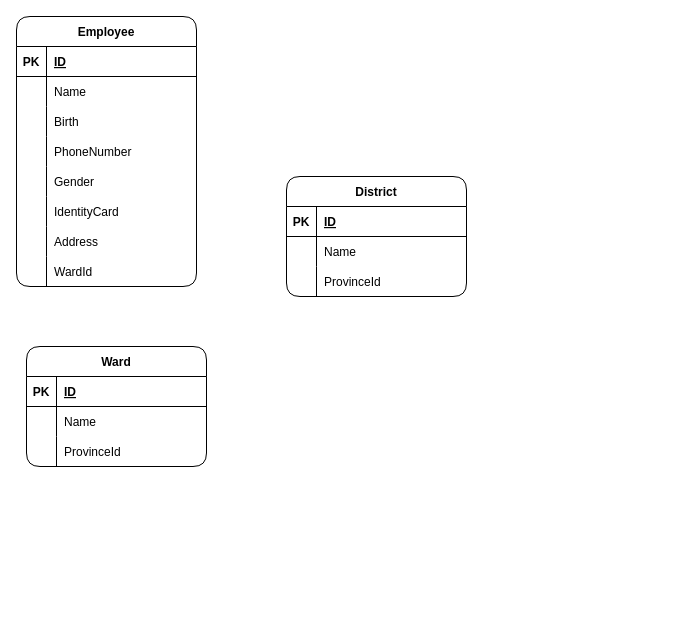
Earlier version of the draw.io diagram page "Trang-2" (2 of 2) of DbQuanLyNhanSu.drawio (thongnguyen28101994/dbquanlynhansu). Source tidied: cells renumbered, new cells numbered last; positions are measured from the earlier drawing's top-left corner, leaving out a move shared by most shapes. Both pictures are drawn from the tidied source at 100%, with x=0, y=0 at pixel (16, 16).
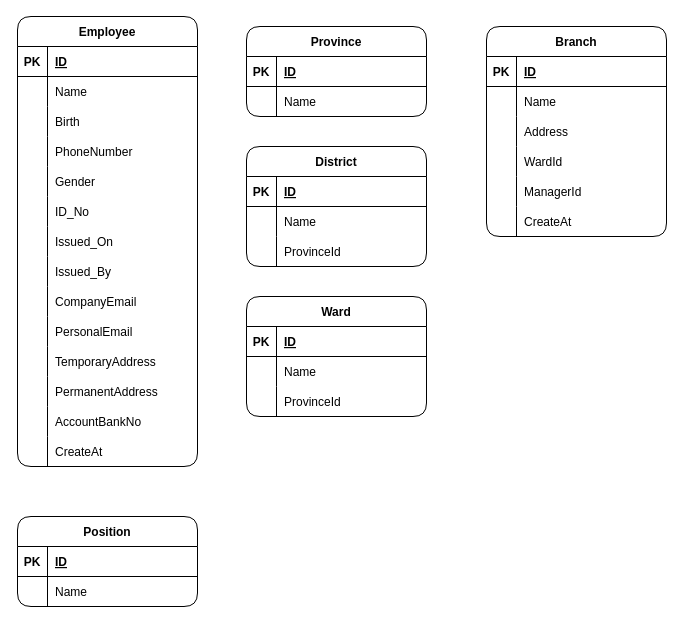
The same page after the edit.

Commit message (it also covers changes not shown here):
Cập nhật DbQuanLyNhanSu.drawio

The change refers to these unchanged cells:
```xml
<mxCell id="18" style="shape=tableRow;horizontal=0;startSize=0;swimlaneHead=0;swimlaneBody=0;fillColor=none;top=0;left=0;right=0;bottom=0;" parent="2" vertex="1">
  <mxGeometry y="180" width="180" height="30" as="geometry" />
</mxCell>
```

The edit, as a diff of the source:
```diff
@@
     <mxCell id="2" value="Employee" style="shape=table;startSize=30;childLayout=tableLayout;rowLines=0;fontStyle=1;align=center;rounded=1;" parent="1" vertex="1">
-      <mxGeometry width="180" height="270" as="geometry" />
+      <mxGeometry x="1" width="180" height="450" as="geometry" />
     </mxCell>
@@
-    <mxCell id="20" value="IdentityCard" style="shape=partialRectangle;fillColor=none;top=0;left=0;bottom=0;right=0;align=left;spacingLeft=6;overflow=hidden;" parent="18" vertex="1">
+    <mxCell id="20" value="ID_No" style="shape=partialRectangle;fillColor=none;top=0;left=0;bottom=0;right=0;align=left;spacingLeft=6;overflow=hidden;" parent="18" vertex="1">
       <mxGeometry x="30" width="150" height="30" as="geometry" />
     </mxCell>
+    <mxCell id="47" style="shape=tableRow;horizontal=0;startSize=0;swimlaneHead=0;swimlaneBody=0;fillColor=none;top=0;left=0;right=0;bottom=0;rounded=1;sketch=0;" parent="2" vertex="1">
+      <mxGeometry y="210" width="180" height="30" as="geometry" />
+    </mxCell>
+    <mxCell id="48" style="shape=partialRectangle;fillColor=none;top=0;left=0;bottom=0;right=0;overflow=hidden;rounded=1;sketch=0;" parent="47" vertex="1">
+      <mxGeometry width="30" height="30" as="geometry" />
+    </mxCell>
+    <mxCell id="49" value="Issued_On" style="shape=partialRectangle;fillColor=none;top=0;left=0;bottom=0;right=0;align=left;spacingLeft=6;overflow=hidden;rounded=1;sketch=0;" parent="47" vertex="1">
+      <mxGeometry x="30" width="150" height="30" as="geometry" />
+    </mxCell>
+    <mxCell id="24" style="shape=tableRow;horizontal=0;startSize=0;swimlaneHead=0;swimlaneBody=0;fillColor=none;top=0;left=0;right=0;bottom=0;rounded=1;sketch=0;" parent="2" vertex="1">
+      <mxGeometry y="240" width="180" height="30" as="geometry" />
+    </mxCell>
+    <mxCell id="50" style="shape=partialRectangle;fillColor=none;top=0;left=0;bottom=0;right=0;overflow=hidden;rounded=1;sketch=0;" parent="24" vertex="1">
+      <mxGeometry width="30" height="30" as="geometry" />
+    </mxCell>
+    <mxCell id="51" value="Issued_By" style="shape=partialRectangle;fillColor=none;top=0;left=0;bottom=0;right=0;align=left;spacingLeft=6;overflow=hidden;rounded=1;sketch=0;" parent="24" vertex="1">
+      <mxGeometry x="30" width="150" height="30" as="geometry" />
+    </mxCell>
+    <mxCell id="52" style="shape=tableRow;horizontal=0;startSize=0;swimlaneHead=0;swimlaneBody=0;fillColor=none;top=0;left=0;right=0;bottom=0;rounded=1;sketch=0;" parent="2" vertex="1">
+      <mxGeometry y="270" width="180" height="30" as="geometry" />
+    </mxCell>
+    <mxCell id="53" style="shape=partialRectangle;fillColor=none;top=0;left=0;bottom=0;right=0;overflow=hidden;rounded=1;sketch=0;" parent="52" vertex="1">
+      <mxGeometry width="30" height="30" as="geometry" />
+    </mxCell>
+    <mxCell id="54" value="CompanyEmail" style="shape=partialRectangle;fillColor=none;top=0;left=0;bottom=0;right=0;align=left;spacingLeft=6;overflow=hidden;rounded=1;sketch=0;" parent="52" vertex="1">
+      <mxGeometry x="30" width="150" height="30" as="geometry" />
+    </mxCell>
+    <mxCell id="55" style="shape=tableRow;horizontal=0;startSize=0;swimlaneHead=0;swimlaneBody=0;fillColor=none;top=0;left=0;right=0;bottom=0;rounded=1;sketch=0;" parent="2" vertex="1">
+      <mxGeometry y="300" width="180" height="30" as="geometry" />
+    </mxCell>
+    <mxCell id="56" style="shape=partialRectangle;fillColor=none;top=0;left=0;bottom=0;right=0;overflow=hidden;rounded=1;sketch=0;" parent="55" vertex="1">
+      <mxGeometry width="30" height="30" as="geometry" />
+    </mxCell>
+    <mxCell id="57" value="PersonalEmail" style="shape=partialRectangle;fillColor=none;top=0;left=0;bottom=0;right=0;align=left;spacingLeft=6;overflow=hidden;rounded=1;sketch=0;" parent="55" vertex="1">
+      <mxGeometry x="30" width="150" height="30" as="geometry" />
+    </mxCell>
     <mxCell id="21" style="shape=tableRow;horizontal=0;startSize=0;swimlaneHead=0;swimlaneBody=0;fillColor=none;top=0;left=0;right=0;bottom=0;rounded=1;sketch=0;" parent="2" vertex="1">
-      <mxGeometry y="210" width="180" height="30" as="geometry" />
+      <mxGeometry y="330" width="180" height="30" as="geometry" />
     </mxCell>
@@
-    <mxCell id="23" value="Address" style="shape=partialRectangle;fillColor=none;top=0;left=0;bottom=0;right=0;align=left;spacingLeft=6;overflow=hidden;rounded=1;sketch=0;" parent="21" vertex="1">
+    <mxCell id="23" value="TemporaryAddress" style="shape=partialRectangle;fillColor=none;top=0;left=0;bottom=0;right=0;align=left;spacingLeft=6;overflow=hidden;rounded=1;sketch=0;" parent="21" vertex="1">
       <mxGeometry x="30" width="150" height="30" as="geometry" />
     </mxCell>
-    <mxCell id="24" style="shape=tableRow;horizontal=0;startSize=0;swimlaneHead=0;swimlaneBody=0;fillColor=none;top=0;left=0;right=0;bottom=0;rounded=1;sketch=0;" parent="2" vertex="1">
-      <mxGeometry y="240" width="180" height="30" as="geometry" />
-    </mxCell>
-    <mxCell id="25" style="shape=partialRectangle;fillColor=none;top=0;left=0;bottom=0;right=0;overflow=hidden;rounded=1;sketch=0;" parent="24" vertex="1">
-      <mxGeometry width="30" height="30" as="geometry" />
-    </mxCell>
-    <mxCell id="26" value="WardId" style="shape=partialRectangle;fillColor=none;top=0;left=0;bottom=0;right=0;align=left;spacingLeft=6;overflow=hidden;rounded=1;sketch=0;" parent="24" vertex="1">
-      <mxGeometry x="30" width="150" height="30" as="geometry" />
-    </mxCell>
+    <mxCell id="58" style="shape=tableRow;horizontal=0;startSize=0;swimlaneHead=0;swimlaneBody=0;fillColor=none;top=0;left=0;right=0;bottom=0;rounded=1;sketch=0;" parent="2" vertex="1">
+      <mxGeometry y="360" width="180" height="30" as="geometry" />
+    </mxCell>
+    <mxCell id="59" style="shape=partialRectangle;fillColor=none;top=0;left=0;bottom=0;right=0;overflow=hidden;rounded=1;sketch=0;" parent="58" vertex="1">
+      <mxGeometry width="30" height="30" as="geometry" />
+    </mxCell>
+    <mxCell id="60" value="PermanentAddress" style="shape=partialRectangle;fillColor=none;top=0;left=0;bottom=0;right=0;align=left;spacingLeft=6;overflow=hidden;rounded=1;sketch=0;" parent="58" vertex="1">
+      <mxGeometry x="30" width="150" height="30" as="geometry" />
+    </mxCell>
+    <mxCell id="61" style="shape=tableRow;horizontal=0;startSize=0;swimlaneHead=0;swimlaneBody=0;fillColor=none;top=0;left=0;right=0;bottom=0;rounded=1;sketch=0;" parent="2" vertex="1">
+      <mxGeometry y="390" width="180" height="30" as="geometry" />
+    </mxCell>
+    <mxCell id="62" style="shape=partialRectangle;fillColor=none;top=0;left=0;bottom=0;right=0;overflow=hidden;rounded=1;sketch=0;" parent="61" vertex="1">
+      <mxGeometry width="30" height="30" as="geometry" />
+    </mxCell>
+    <mxCell id="63" value="AccountBankNo" style="shape=partialRectangle;fillColor=none;top=0;left=0;bottom=0;right=0;align=left;spacingLeft=6;overflow=hidden;rounded=1;sketch=0;" parent="61" vertex="1">
+      <mxGeometry x="30" width="150" height="30" as="geometry" />
+    </mxCell>
+    <mxCell id="64" style="shape=tableRow;horizontal=0;startSize=0;swimlaneHead=0;swimlaneBody=0;fillColor=none;top=0;left=0;right=0;bottom=0;rounded=1;sketch=0;" parent="2" vertex="1">
+      <mxGeometry y="420" width="180" height="30" as="geometry" />
+    </mxCell>
+    <mxCell id="65" style="shape=partialRectangle;fillColor=none;top=0;left=0;bottom=0;right=0;overflow=hidden;rounded=1;sketch=0;" parent="64" vertex="1">
+      <mxGeometry width="30" height="30" as="geometry" />
+    </mxCell>
+    <mxCell id="66" value="CreateAt" style="shape=partialRectangle;fillColor=none;top=0;left=0;bottom=0;right=0;align=left;spacingLeft=6;overflow=hidden;rounded=1;sketch=0;" parent="64" vertex="1">
+      <mxGeometry x="30" width="150" height="30" as="geometry" />
+    </mxCell>
     <mxCell id="27" value="District" style="shape=table;startSize=30;childLayout=tableLayout;rowLines=0;fontStyle=1;align=center;rounded=1;sketch=0;" parent="1" vertex="1">
-      <mxGeometry x="270" y="160" width="180" height="120" as="geometry" />
+      <mxGeometry x="230" y="130" width="180" height="120" as="geometry" />
     </mxCell>
@@
     <mxCell id="37" value="Ward" style="shape=table;startSize=30;childLayout=tableLayout;rowLines=0;fontStyle=1;align=center;rounded=1;sketch=0;" parent="1" vertex="1">
-      <mxGeometry x="10" y="330" width="180" height="120" as="geometry" />
+      <mxGeometry x="230" y="280" width="180" height="120" as="geometry" />
     </mxCell>
@@
+    <mxCell id="67" value="Province" style="shape=table;startSize=30;childLayout=tableLayout;rowLines=0;fontStyle=1;align=center;rounded=1;sketch=0;" parent="1" vertex="1">
+      <mxGeometry x="230" y="10" width="180" height="90" as="geometry" />
+    </mxCell>
+    <mxCell id="68" style="shape=tableRow;horizontal=0;startSize=0;swimlaneHead=0;swimlaneBody=0;fillColor=none;top=0;left=0;right=0;bottom=1;rounded=1;sketch=0;" parent="67" vertex="1">
+      <mxGeometry y="30" width="180" height="30" as="geometry" />
+    </mxCell>
+    <mxCell id="69" value="PK" style="shape=partialRectangle;fillColor=none;top=0;left=0;bottom=0;right=0;fontStyle=1;overflow=hidden;rounded=1;sketch=0;" parent="68" vertex="1">
+      <mxGeometry width="30" height="30" as="geometry" />
+    </mxCell>
+    <mxCell id="70" value="ID" style="shape=partialRectangle;fillColor=none;top=0;left=0;bottom=0;right=0;align=left;spacingLeft=6;fontStyle=5;overflow=hidden;rounded=1;sketch=0;" parent="68" vertex="1">
+      <mxGeometry x="30" width="150" height="30" as="geometry" />
+    </mxCell>
+    <mxCell id="71" style="shape=tableRow;horizontal=0;startSize=0;swimlaneHead=0;swimlaneBody=0;fillColor=none;top=0;left=0;right=0;bottom=0;rounded=1;sketch=0;" parent="67" vertex="1">
+      <mxGeometry y="60" width="180" height="30" as="geometry" />
+    </mxCell>
+    <mxCell id="72" style="shape=partialRectangle;fillColor=none;top=0;left=0;bottom=0;right=0;overflow=hidden;rounded=1;sketch=0;" parent="71" vertex="1">
+      <mxGeometry width="30" height="30" as="geometry" />
+    </mxCell>
+    <mxCell id="73" value="Name" style="shape=partialRectangle;fillColor=none;top=0;left=0;bottom=0;right=0;align=left;spacingLeft=6;overflow=hidden;rounded=1;sketch=0;" parent="71" vertex="1">
+      <mxGeometry x="30" width="150" height="30" as="geometry" />
+    </mxCell>
+    <mxCell id="74" value="Branch" style="shape=table;startSize=30;childLayout=tableLayout;rowLines=0;fontStyle=1;align=center;rounded=1;sketch=0;" parent="1" vertex="1">
+      <mxGeometry x="470" y="10" width="180" height="210" as="geometry" />
+    </mxCell>
+    <mxCell id="75" style="shape=tableRow;horizontal=0;startSize=0;swimlaneHead=0;swimlaneBody=0;fillColor=none;top=0;left=0;right=0;bottom=1;rounded=1;sketch=0;" parent="74" vertex="1">
+      <mxGeometry y="30" width="180" height="30" as="geometry" />
+    </mxCell>
+    <mxCell id="76" value="PK" style="shape=partialRectangle;fillColor=none;top=0;left=0;bottom=0;right=0;fontStyle=1;overflow=hidden;rounded=1;sketch=0;" parent="75" vertex="1">
+      <mxGeometry width="30" height="30" as="geometry" />
+    </mxCell>
+    <mxCell id="77" value="ID" style="shape=partialRectangle;fillColor=none;top=0;left=0;bottom=0;right=0;align=left;spacingLeft=6;fontStyle=5;overflow=hidden;rounded=1;sketch=0;" parent="75" vertex="1">
+      <mxGeometry x="30" width="150" height="30" as="geometry" />
+    </mxCell>
+    <mxCell id="78" style="shape=tableRow;horizontal=0;startSize=0;swimlaneHead=0;swimlaneBody=0;fillColor=none;top=0;left=0;right=0;bottom=0;rounded=1;sketch=0;" parent="74" vertex="1">
+      <mxGeometry y="60" width="180" height="30" as="geometry" />
+    </mxCell>
+    <mxCell id="79" style="shape=partialRectangle;fillColor=none;top=0;left=0;bottom=0;right=0;overflow=hidden;rounded=1;sketch=0;" parent="78" vertex="1">
+      <mxGeometry width="30" height="30" as="geometry" />
+    </mxCell>
+    <mxCell id="80" value="Name" style="shape=partialRectangle;fillColor=none;top=0;left=0;bottom=0;right=0;align=left;spacingLeft=6;overflow=hidden;rounded=1;sketch=0;" parent="78" vertex="1">
+      <mxGeometry x="30" width="150" height="30" as="geometry" />
+    </mxCell>
+    <mxCell id="81" style="shape=tableRow;horizontal=0;startSize=0;swimlaneHead=0;swimlaneBody=0;fillColor=none;top=0;left=0;right=0;bottom=0;rounded=1;sketch=0;" parent="74" vertex="1">
+      <mxGeometry y="90" width="180" height="30" as="geometry" />
+    </mxCell>
+    <mxCell id="82" style="shape=partialRectangle;fillColor=none;top=0;left=0;bottom=0;right=0;overflow=hidden;rounded=1;sketch=0;" parent="81" vertex="1">
+      <mxGeometry width="30" height="30" as="geometry" />
+    </mxCell>
+    <mxCell id="83" value="Address" style="shape=partialRectangle;fillColor=none;top=0;left=0;bottom=0;right=0;align=left;spacingLeft=6;overflow=hidden;rounded=1;sketch=0;" parent="81" vertex="1">
+      <mxGeometry x="30" width="150" height="30" as="geometry" />
+    </mxCell>
+    <mxCell id="84" style="shape=tableRow;horizontal=0;startSize=0;swimlaneHead=0;swimlaneBody=0;fillColor=none;top=0;left=0;right=0;bottom=0;rounded=1;sketch=0;" parent="74" vertex="1">
+      <mxGeometry y="120" width="180" height="30" as="geometry" />
+    </mxCell>
+    <mxCell id="85" style="shape=partialRectangle;fillColor=none;top=0;left=0;bottom=0;right=0;overflow=hidden;rounded=1;sketch=0;" parent="84" vertex="1">
+      <mxGeometry width="30" height="30" as="geometry" />
+    </mxCell>
+    <mxCell id="26" value="WardId" style="shape=partialRectangle;fillColor=none;top=0;left=0;bottom=0;right=0;align=left;spacingLeft=6;overflow=hidden;rounded=1;sketch=0;" parent="84" vertex="1">
+      <mxGeometry x="30" width="150" height="30" as="geometry" />
+    </mxCell>
+    <mxCell id="86" style="shape=tableRow;horizontal=0;startSize=0;swimlaneHead=0;swimlaneBody=0;fillColor=none;top=0;left=0;right=0;bottom=0;rounded=1;sketch=0;" parent="74" vertex="1">
+      <mxGeometry y="150" width="180" height="30" as="geometry" />
+    </mxCell>
+    <mxCell id="87" style="shape=partialRectangle;fillColor=none;top=0;left=0;bottom=0;right=0;overflow=hidden;rounded=1;sketch=0;" parent="86" vertex="1">
+      <mxGeometry width="30" height="30" as="geometry" />
+    </mxCell>
+    <mxCell id="88" value="ManagerId" style="shape=partialRectangle;fillColor=none;top=0;left=0;bottom=0;right=0;align=left;spacingLeft=6;overflow=hidden;rounded=1;sketch=0;" parent="86" vertex="1">
+      <mxGeometry x="30" width="150" height="30" as="geometry" />
+    </mxCell>
+    <mxCell id="89" style="shape=tableRow;horizontal=0;startSize=0;swimlaneHead=0;swimlaneBody=0;fillColor=none;top=0;left=0;right=0;bottom=0;rounded=1;sketch=0;" parent="74" vertex="1">
+      <mxGeometry y="180" width="180" height="30" as="geometry" />
+    </mxCell>
+    <mxCell id="90" style="shape=partialRectangle;fillColor=none;top=0;left=0;bottom=0;right=0;overflow=hidden;rounded=1;sketch=0;" parent="89" vertex="1">
+      <mxGeometry width="30" height="30" as="geometry" />
+    </mxCell>
+    <mxCell id="91" value="CreateAt" style="shape=partialRectangle;fillColor=none;top=0;left=0;bottom=0;right=0;align=left;spacingLeft=6;overflow=hidden;rounded=1;sketch=0;" parent="89" vertex="1">
+      <mxGeometry x="30" width="150" height="30" as="geometry" />
+    </mxCell>
+    <mxCell id="92" value="Position" style="shape=table;startSize=30;childLayout=tableLayout;rowLines=0;fontStyle=1;align=center;rounded=1;sketch=0;" parent="1" vertex="1">
+      <mxGeometry x="1" y="500" width="180" height="90" as="geometry" />
+    </mxCell>
+    <mxCell id="93" style="shape=tableRow;horizontal=0;startSize=0;swimlaneHead=0;swimlaneBody=0;fillColor=none;top=0;left=0;right=0;bottom=1;rounded=1;sketch=0;" parent="92" vertex="1">
+      <mxGeometry y="30" width="180" height="30" as="geometry" />
+    </mxCell>
+    <mxCell id="94" value="PK" style="shape=partialRectangle;fillColor=none;top=0;left=0;bottom=0;right=0;fontStyle=1;overflow=hidden;rounded=1;sketch=0;" parent="93" vertex="1">
+      <mxGeometry width="30" height="30" as="geometry" />
+    </mxCell>
+    <mxCell id="95" value="ID" style="shape=partialRectangle;fillColor=none;top=0;left=0;bottom=0;right=0;align=left;spacingLeft=6;fontStyle=5;overflow=hidden;rounded=1;sketch=0;" parent="93" vertex="1">
+      <mxGeometry x="30" width="150" height="30" as="geometry" />
+    </mxCell>
+    <mxCell id="96" style="shape=tableRow;horizontal=0;startSize=0;swimlaneHead=0;swimlaneBody=0;fillColor=none;top=0;left=0;right=0;bottom=0;rounded=1;sketch=0;" parent="92" vertex="1">
+      <mxGeometry y="60" width="180" height="30" as="geometry" />
+    </mxCell>
+    <mxCell id="97" style="shape=partialRectangle;fillColor=none;top=0;left=0;bottom=0;right=0;overflow=hidden;rounded=1;sketch=0;" parent="96" vertex="1">
+      <mxGeometry width="30" height="30" as="geometry" />
+    </mxCell>
+    <mxCell id="98" value="Name" style="shape=partialRectangle;fillColor=none;top=0;left=0;bottom=0;right=0;align=left;spacingLeft=6;overflow=hidden;rounded=1;sketch=0;" parent="96" vertex="1">
+      <mxGeometry x="30" width="150" height="30" as="geometry" />
+    </mxCell>
```
